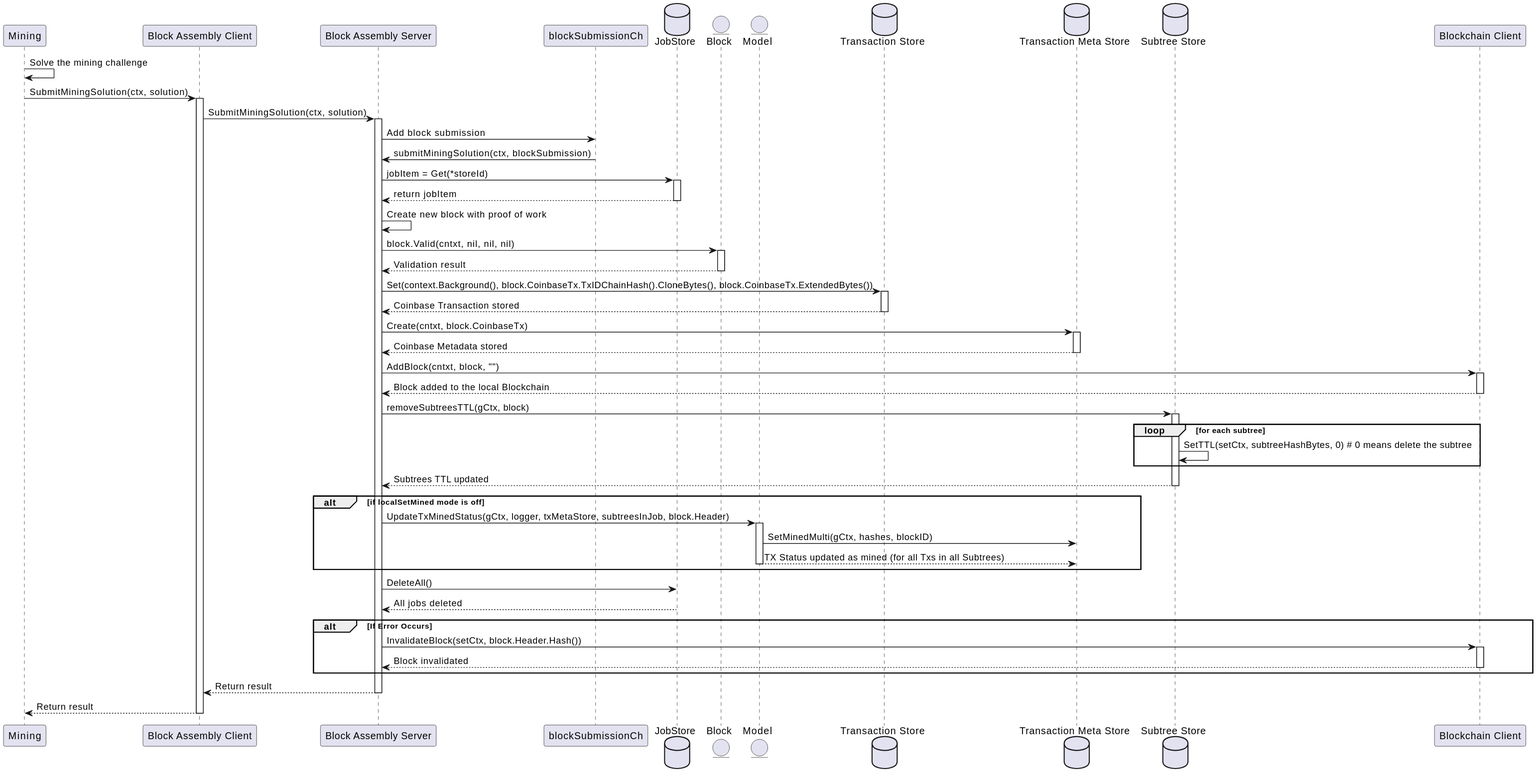
Above: docs/services/img/plantuml/blockassembly/block_assembly_submit_mining_solution.svg in freemans13/teranode (PlantUML), before the change. Its source is kept beside it as docs/services/img/plantuml/blockassembly/block_assembly_submit_mining_solution.puml.
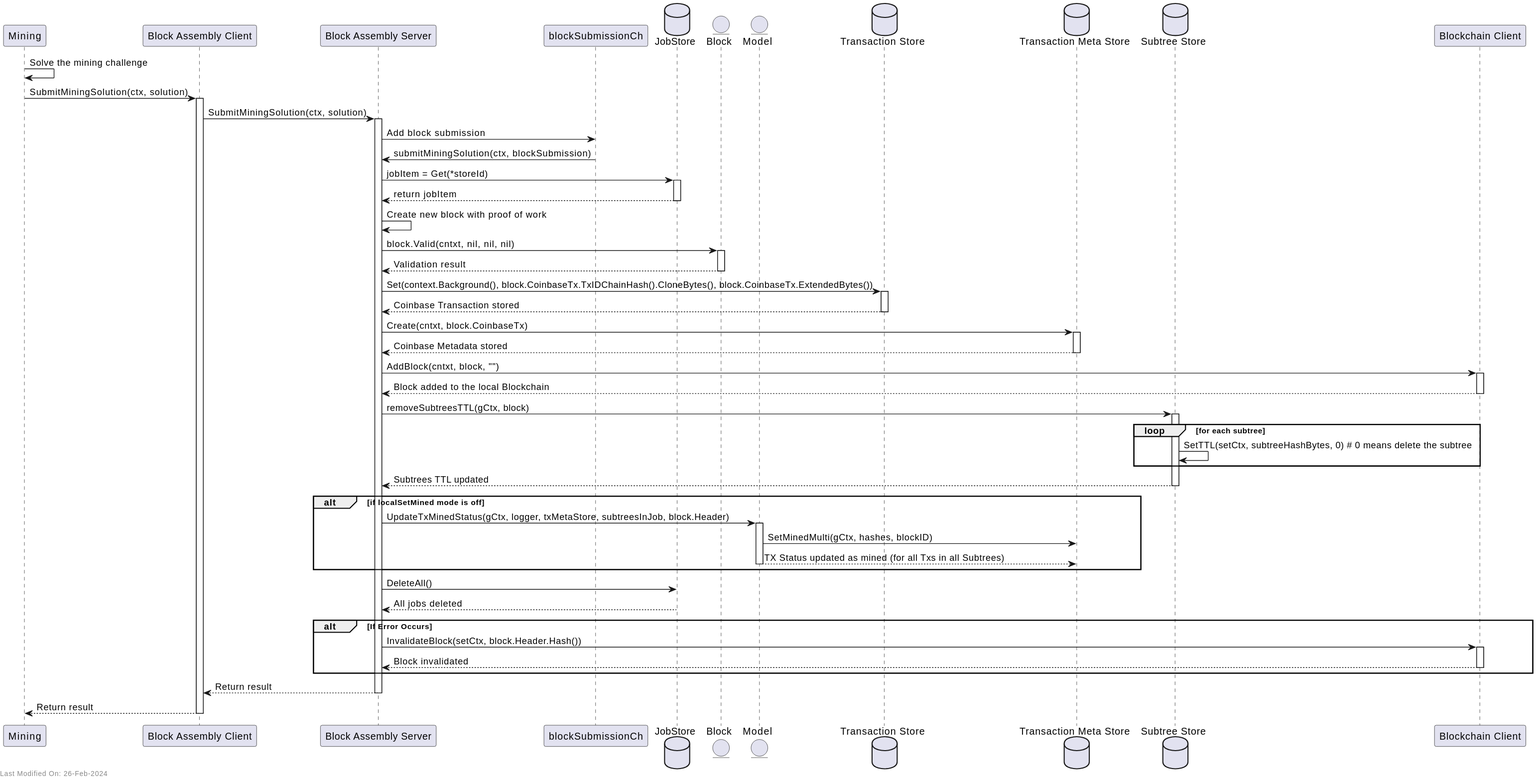
After the commit.

Diff of the diagram source:
```diff
@@ -80,4 +80,7 @@
 deactivate Server
 Client --> Miner : Return result
 deactivate Client
+
+left footer Last Modified On: 26-Feb-2024
+
 @enduml
```
